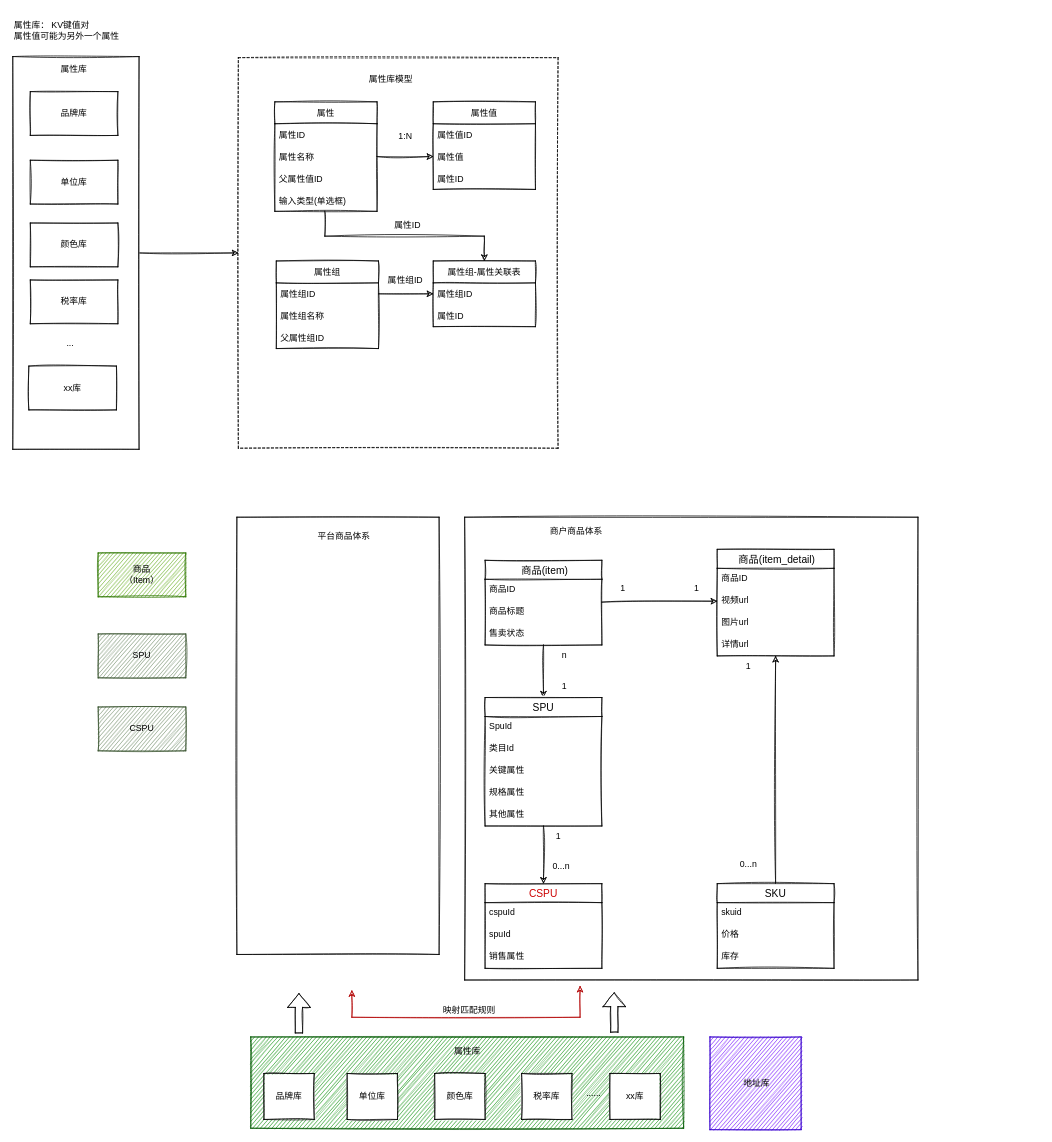
The draw.io diagram page "商品系统" (6 of 7) of docs/租赁平台.drawio in lokiworks/codebase, before the edit. Source tidied: cells renumbered, new cells numbered last; positions are measured from the earlier drawing's top-left corner, leaving out a move shared by most shapes. Both pictures are drawn from the tidied source at 73%, with x=0, y=0 at pixel (12, 12).
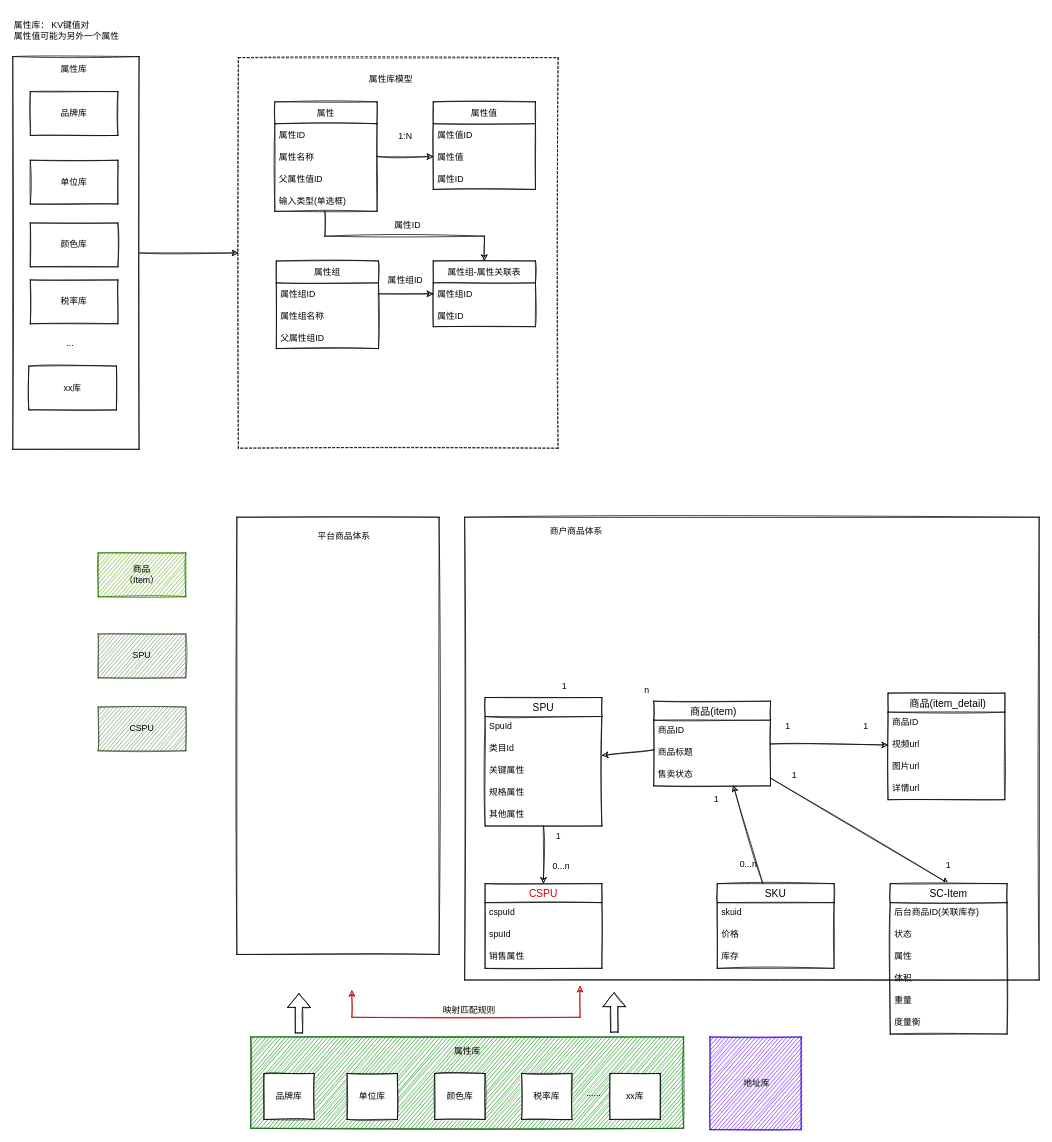
The same diagram, later.

Unchanged cells that the change refers to:
```xml
<mxCell id="62" value="售卖状态" style="text;strokeColor=none;fillColor=none;spacingLeft=4;spacingRight=4;overflow=hidden;points=[[0,0.5],[1,0.5]];portConstraint=eastwest;fontSize=12;sketch=1;fontColor=#000000;" parent="59" vertex="1">
  <mxGeometry y="86" width="160" height="30" as="geometry" />
</mxCell>
<mxCell id="67" value="详情url" style="text;strokeColor=none;fillColor=none;spacingLeft=4;spacingRight=4;overflow=hidden;points=[[0,0.5],[1,0.5]];portConstraint=eastwest;fontSize=12;sketch=1;fontColor=#000000;" parent="63" vertex="1">
  <mxGeometry y="116" width="160" height="30" as="geometry" />
</mxCell>
<mxCell id="86" value="SKU" style="swimlane;fontStyle=0;horizontal=1;startSize=26;align=center;fontSize=14;sketch=1;fontColor=#000000;swimlaneLine=1;" parent="1" vertex="1">
  <mxGeometry x="965" y="1193" width="160" height="116" as="geometry" />
</mxCell>
```

Change to the diagram source:
```diff
@@
     <mxCell id="43" style="rounded=0;whiteSpace=wrap;html=1;sketch=1;fontColor=#000000;" parent="1" vertex="1">
-      <mxGeometry x="619" y="691" width="621" height="634" as="geometry" />
+      <mxGeometry x="619" y="691" width="787" height="634" as="geometry" />
     </mxCell>
@@
+    <mxCell id="92" style="edgeStyle=none;rounded=0;sketch=1;jettySize=auto;html=1;entryX=0.5;entryY=0;entryDx=0;entryDy=0;fontColor=#000000;" parent="1" edge="1" source="59" target="93">
+      <mxGeometry relative="1" as="geometry" />
+    </mxCell>
     <mxCell id="59" value=" 商品(item)" style="swimlane;fontStyle=0;horizontal=1;startSize=26;align=center;fontSize=14;sketch=1;fontColor=#000000;swimlaneLine=1;" parent="1" vertex="1">
-      <mxGeometry x="647" y="750" width="160" height="116" as="geometry" />
+      <mxGeometry x="878" y="943" width="160" height="116" as="geometry" />
     </mxCell>
@@
     <mxCell id="63" value=" 商品(item_detail)" style="swimlane;fontStyle=0;horizontal=1;startSize=26;align=center;fontSize=14;sketch=1;fontColor=#000000;swimlaneLine=1;" parent="1" vertex="1">
-      <mxGeometry x="965" y="735" width="160" height="146" as="geometry" />
+      <mxGeometry x="1199" y="932" width="160" height="146" as="geometry" />
     </mxCell>
@@
     <mxCell id="68" value="1" style="text;html=1;strokeColor=none;fillColor=none;align=center;verticalAlign=middle;whiteSpace=wrap;rounded=0;" parent="1" vertex="1">
-      <mxGeometry x="818" y="777" width="36" height="23" as="geometry" />
+      <mxGeometry x="1044" y="965" width="36" height="23" as="geometry" />
     </mxCell>
@@
     <mxCell id="76" value="n" style="text;html=1;strokeColor=none;fillColor=none;align=center;verticalAlign=middle;whiteSpace=wrap;rounded=0;" parent="1" vertex="1">
-      <mxGeometry x="726" y="866" width="60" height="30" as="geometry" />
+      <mxGeometry x="839" y="913" width="60" height="30" as="geometry" />
     </mxCell>
@@
     <mxCell id="82" value="1" style="text;html=1;strokeColor=none;fillColor=none;align=center;verticalAlign=middle;whiteSpace=wrap;rounded=0;" parent="1" vertex="1">
-      <mxGeometry x="919" y="777" width="36" height="23" as="geometry" />
+      <mxGeometry x="946" y="1065" width="36" height="23" as="geometry" />
     </mxCell>
@@
-    <mxCell id="85" style="edgeStyle=none;rounded=0;sketch=1;jettySize=auto;html=1;fontColor=#000000;" parent="1" edge="1" source="86" target="67">
+    <mxCell id="85" style="edgeStyle=none;rounded=0;sketch=1;jettySize=auto;html=1;fontColor=#000000;entryX=0.681;entryY=0.974;entryDx=0;entryDy=0;entryPerimeter=0;" parent="1" edge="1" source="86" target="62">
       <mxGeometry relative="1" as="geometry" />
     </mxCell>
@@
     <mxCell id="90" value="1" style="text;html=1;strokeColor=none;fillColor=none;align=center;verticalAlign=middle;whiteSpace=wrap;rounded=0;" parent="1" vertex="1">
-      <mxGeometry x="978" y="881" width="60" height="30" as="geometry" />
+      <mxGeometry x="1139" y="961.5" width="60" height="30" as="geometry" />
     </mxCell>
@@
+    <mxCell id="93" value="SC-Item" style="swimlane;fontStyle=0;horizontal=1;startSize=26;align=center;fontSize=14;sketch=1;fontColor=#000000;swimlaneLine=1;" parent="1" vertex="1">
+      <mxGeometry x="1202" y="1193" width="160" height="206" as="geometry" />
+    </mxCell>
+    <mxCell id="94" value="后台商品ID(关联库存)" style="text;strokeColor=none;fillColor=none;spacingLeft=4;spacingRight=4;overflow=hidden;fontSize=12;sketch=1;fontColor=#000000;" parent="93" vertex="1">
+      <mxGeometry y="26" width="160" height="30" as="geometry" />
+    </mxCell>
+    <mxCell id="95" value="状态" style="text;strokeColor=none;fillColor=none;spacingLeft=4;spacingRight=4;overflow=hidden;fontSize=12;sketch=1;fontColor=#000000;" parent="93" vertex="1">
+      <mxGeometry y="56" width="160" height="30" as="geometry" />
+    </mxCell>
+    <mxCell id="96" value="属性" style="text;strokeColor=none;fillColor=none;spacingLeft=4;spacingRight=4;overflow=hidden;fontSize=12;sketch=1;fontColor=#000000;" parent="93" vertex="1">
+      <mxGeometry y="86" width="160" height="30" as="geometry" />
+    </mxCell>
+    <mxCell id="97" value="体积" style="text;strokeColor=none;fillColor=none;spacingLeft=4;spacingRight=4;overflow=hidden;fontSize=12;sketch=1;fontColor=#000000;" parent="93" vertex="1">
+      <mxGeometry y="116" width="160" height="30" as="geometry" />
+    </mxCell>
+    <mxCell id="98" value="重量" style="text;strokeColor=none;fillColor=none;spacingLeft=4;spacingRight=4;overflow=hidden;fontSize=12;sketch=1;fontColor=#000000;" parent="93" vertex="1">
+      <mxGeometry y="146" width="160" height="30" as="geometry" />
+    </mxCell>
+    <mxCell id="99" value="度量衡" style="text;strokeColor=none;fillColor=none;spacingLeft=4;spacingRight=4;overflow=hidden;fontSize=12;sketch=1;fontColor=#000000;" parent="93" vertex="1">
+      <mxGeometry y="176" width="160" height="30" as="geometry" />
+    </mxCell>
+    <mxCell id="100" value="1" style="text;html=1;strokeColor=none;fillColor=none;align=center;verticalAlign=middle;whiteSpace=wrap;rounded=0;" parent="1" vertex="1">
+      <mxGeometry x="1053" y="1033" width="36" height="23" as="geometry" />
+    </mxCell>
+    <mxCell id="101" value="1" style="text;html=1;strokeColor=none;fillColor=none;align=center;verticalAlign=middle;whiteSpace=wrap;rounded=0;" parent="1" vertex="1">
+      <mxGeometry x="1264" y="1156" width="36" height="23" as="geometry" />
+    </mxCell>
```
